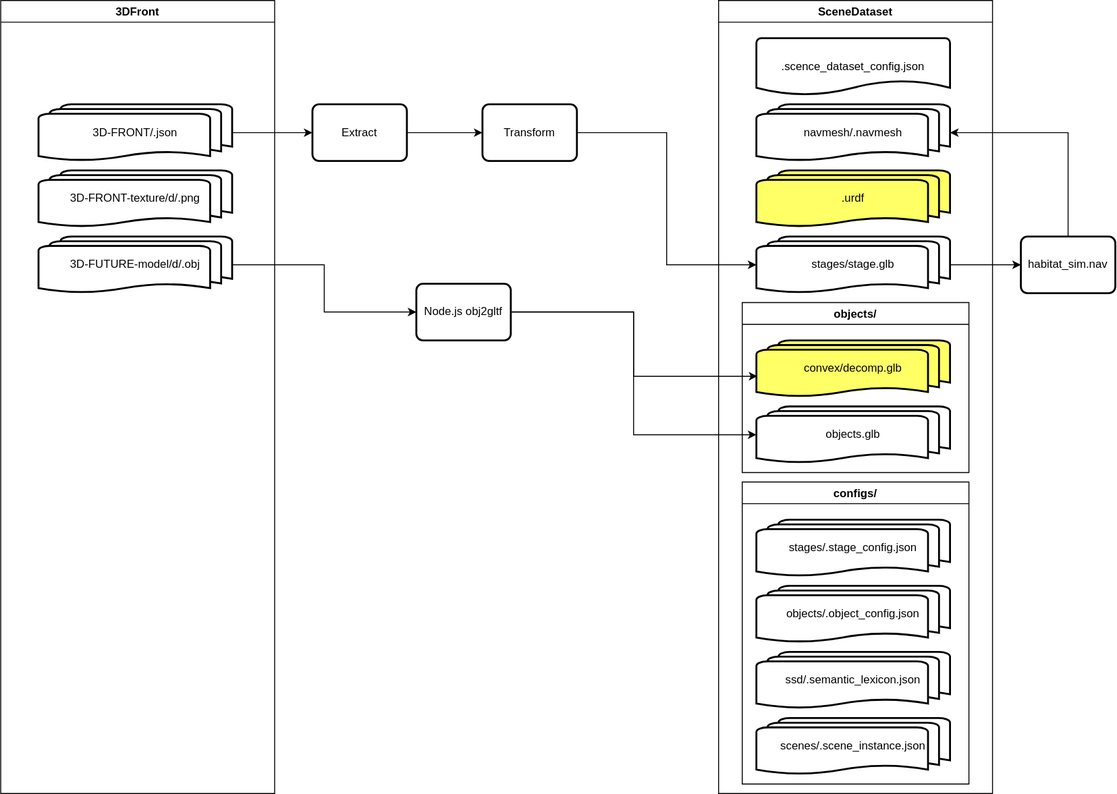
This is 3DFront.drawio.svg from ZacksAmber/habitat-pipeline, a draw.io export, as it was before one commit. Source tidied: cells renumbered, new cells last; positions are measured from the earlier drawing's top-left corner, leaving out a move shared by most shapes.
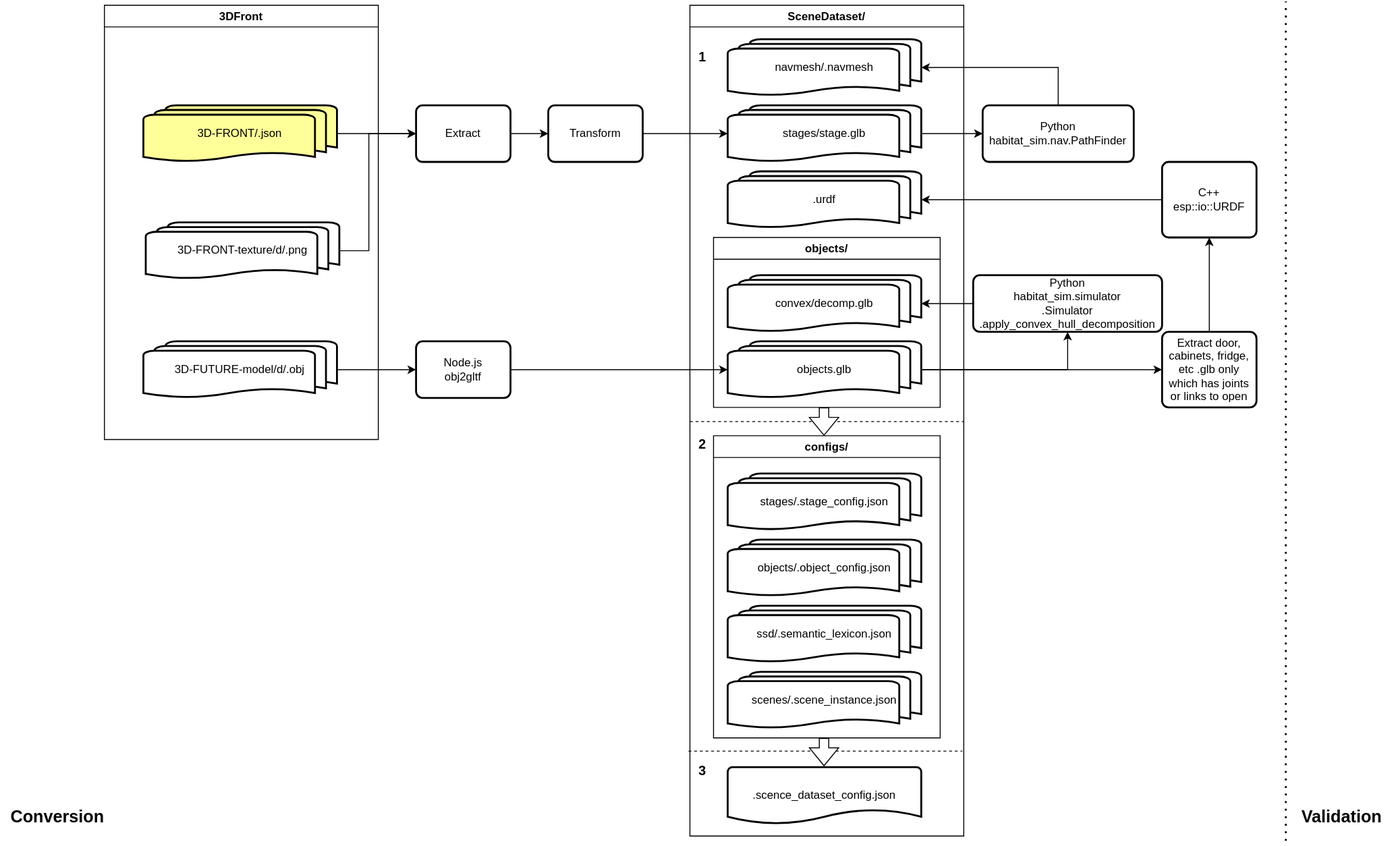
After the commit.

Change to the diagram source:
```diff
@@ -2,14 +2,20 @@
   <root>
     <mxCell id="0" />
     <mxCell id="1" parent="0" />
-    <mxCell id="2" value="SceneDataset" style="swimlane;fillStyle=zigzag-line;" parent="1" vertex="1">
-      <mxGeometry x="760" width="290" height="840" as="geometry" />
+    <mxCell id="2" value="SceneDataset/" style="swimlane;fillStyle=zigzag-line;" parent="1" vertex="1">
+      <mxGeometry x="700" y="-20" width="290" height="880" as="geometry" />
     </mxCell>
-    <mxCell id="3" value=".scence_dataset_config.json" style="strokeWidth=2;html=1;shape=mxgraph.flowchart.document2;whiteSpace=wrap;size=0.25;" parent="2" vertex="1">
-      <mxGeometry x="40" y="40" width="205" height="60" as="geometry" />
-    </mxCell>
+    <mxCell id="31" style="endArrow=none;dashed=1;html=1;rounded=0;" parent="2" edge="1">
+      <mxGeometry relative="1" as="geometry">
+        <mxPoint y="441" as="sourcePoint" />
+        <mxPoint x="290" y="441" as="targetPoint" />
+        <Array as="points">
+          <mxPoint x="140" y="441" />
+        </Array>
+      </mxGeometry>
+    </mxCell>
     <mxCell id="4" value="configs/" style="swimlane;fillStyle=zigzag-line;" parent="2" vertex="1">
-      <mxGeometry x="25" y="510" width="240" height="320" as="geometry" />
+      <mxGeometry x="25" y="456" width="240" height="320" as="geometry" />
     </mxCell>
     <mxCell id="5" value="stages/.stage_config.json" style="strokeWidth=2;html=1;shape=mxgraph.flowchart.multi-document;whiteSpace=wrap;" parent="4" vertex="1">
       <mxGeometry x="15" y="40" width="205" height="60" as="geometry" />
@@ -23,47 +29,80 @@
     <mxCell id="8" value="ssd/.semantic_lexicon.json" style="strokeWidth=2;html=1;shape=mxgraph.flowchart.multi-document;whiteSpace=wrap;" parent="4" vertex="1">
       <mxGeometry x="15" y="180" width="205" height="60" as="geometry" />
     </mxCell>
+    <mxCell id="32" style="shape=flexArrow;endArrow=classic;html=1;rounded=0;fillColor=#FFFFFF;width=10;" parent="4" edge="1">
+      <mxGeometry relative="1" as="geometry">
+        <mxPoint x="117" y="-30" as="sourcePoint" />
+        <mxPoint x="117" as="targetPoint" />
+      </mxGeometry>
+    </mxCell>
     <mxCell id="9" value="objects/" style="swimlane;fillStyle=zigzag-line;" parent="2" vertex="1">
-      <mxGeometry x="25" y="320" width="240" height="180" as="geometry" />
+      <mxGeometry x="25" y="246" width="240" height="180" as="geometry" />
     </mxCell>
     <mxCell id="10" value="objects.glb" style="strokeWidth=2;html=1;shape=mxgraph.flowchart.multi-document;whiteSpace=wrap;" parent="9" vertex="1">
       <mxGeometry x="15" y="110" width="205" height="60" as="geometry" />
     </mxCell>
-    <mxCell id="11" value="convex/decomp.glb" style="strokeWidth=2;html=1;shape=mxgraph.flowchart.multi-document;whiteSpace=wrap;fillColor=#FFFF66;" parent="9" vertex="1">
+    <mxCell id="11" value="convex/decomp.glb" style="strokeWidth=2;html=1;shape=mxgraph.flowchart.multi-document;whiteSpace=wrap;fillColor=#FFFFFF;" parent="9" vertex="1">
       <mxGeometry x="15" y="40" width="205" height="60" as="geometry" />
     </mxCell>
     <mxCell id="12" value="navmesh/.navmesh" style="strokeWidth=2;html=1;shape=mxgraph.flowchart.multi-document;whiteSpace=wrap;" parent="2" vertex="1">
-      <mxGeometry x="40" y="110" width="205" height="60" as="geometry" />
+      <mxGeometry x="40" y="36" width="205" height="60" as="geometry" />
     </mxCell>
-    <mxCell id="13" value=".urdf" style="strokeWidth=2;html=1;shape=mxgraph.flowchart.multi-document;whiteSpace=wrap;fillColor=#FFFF66;" parent="2" vertex="1">
-      <mxGeometry x="40" y="180" width="205" height="60" as="geometry" />
+    <mxCell id="13" value=".urdf" style="strokeWidth=2;html=1;shape=mxgraph.flowchart.multi-document;whiteSpace=wrap;fillColor=#FFFFFF;" parent="2" vertex="1">
+      <mxGeometry x="40" y="176" width="205" height="60" as="geometry" />
     </mxCell>
     <mxCell id="14" value="stages/stage.glb" style="strokeWidth=2;html=1;shape=mxgraph.flowchart.multi-document;whiteSpace=wrap;" parent="2" vertex="1">
-      <mxGeometry x="40" y="250" width="205" height="60" as="geometry" />
+      <mxGeometry x="40" y="106" width="205" height="60" as="geometry" />
     </mxCell>
+    <mxCell id="33" style="endArrow=none;dashed=1;html=1;rounded=0;" parent="2" edge="1">
+      <mxGeometry relative="1" as="geometry">
+        <mxPoint x="-1.5" y="790" as="sourcePoint" />
+        <mxPoint x="288.5" y="790" as="targetPoint" />
+        <Array as="points">
+          <mxPoint x="138.5" y="790" />
+        </Array>
+      </mxGeometry>
+    </mxCell>
+    <mxCell id="34" style="shape=flexArrow;endArrow=classic;html=1;rounded=0;fillColor=#FFFFFF;width=10;" parent="2" edge="1">
+      <mxGeometry relative="1" as="geometry">
+        <mxPoint x="142" y="776" as="sourcePoint" />
+        <mxPoint x="142" y="806" as="targetPoint" />
+      </mxGeometry>
+    </mxCell>
+    <mxCell id="35" value="&lt;h3&gt;1&lt;/h3&gt;" style="text;html=1;align=center;verticalAlign=middle;strokeColor=none;fillColor=none;" parent="2" vertex="1">
+      <mxGeometry x="-2" y="25" width="30" height="60" as="geometry" />
+    </mxCell>
+    <mxCell id="3" value=".scence_dataset_config.json" style="strokeWidth=2;html=1;shape=mxgraph.flowchart.document2;whiteSpace=wrap;size=0.25;" parent="2" vertex="1">
+      <mxGeometry x="40" y="807" width="205" height="60" as="geometry" />
+    </mxCell>
+    <mxCell id="36" value="&lt;h3&gt;2&lt;/h3&gt;" style="text;html=1;align=center;verticalAlign=middle;strokeColor=none;fillColor=none;" parent="2" vertex="1">
+      <mxGeometry x="-2" y="435" width="30" height="60" as="geometry" />
+    </mxCell>
+    <mxCell id="37" value="&lt;h3&gt;3&lt;/h3&gt;" style="text;html=1;align=center;verticalAlign=middle;strokeColor=none;fillColor=none;" parent="2" vertex="1">
+      <mxGeometry x="-2" y="781" width="30" height="60" as="geometry" />
+    </mxCell>
     <mxCell id="15" value="3DFront" style="swimlane;fillStyle=zigzag-line;" parent="1" vertex="1">
-      <mxGeometry width="290" height="840" as="geometry" />
+      <mxGeometry x="80" y="-20" width="290" height="460" as="geometry" />
     </mxCell>
-    <mxCell id="16" value="3D-FRONT/.json" style="strokeWidth=2;html=1;shape=mxgraph.flowchart.multi-document;whiteSpace=wrap;" parent="15" vertex="1">
-      <mxGeometry x="40" y="110" width="205" height="60" as="geometry" />
+    <mxCell id="16" value="3D-FRONT/.json" style="strokeWidth=2;html=1;shape=mxgraph.flowchart.multi-document;whiteSpace=wrap;fillColor=#FFFF99;" parent="15" vertex="1">
+      <mxGeometry x="41.2" y="106" width="205" height="60" as="geometry" />
     </mxCell>
     <mxCell id="17" value="3D-FRONT-texture/d/.png" style="strokeWidth=2;html=1;shape=mxgraph.flowchart.multi-document;whiteSpace=wrap;" parent="15" vertex="1">
-      <mxGeometry x="40" y="180" width="205" height="60" as="geometry" />
+      <mxGeometry x="43.8" y="230" width="205" height="60" as="geometry" />
     </mxCell>
     <mxCell id="18" value="3D-FUTURE-model/d/.obj" style="strokeWidth=2;html=1;shape=mxgraph.flowchart.multi-document;whiteSpace=wrap;" parent="15" vertex="1">
-      <mxGeometry x="40" y="250" width="205" height="60" as="geometry" />
+      <mxGeometry x="41.2" y="356" width="205" height="60" as="geometry" />
     </mxCell>
     <mxCell id="19" style="edgeStyle=orthogonalEdgeStyle;rounded=0;jettySize=auto;html=1;" parent="1" edge="1" source="20" target="22">
       <mxGeometry relative="1" as="geometry" />
     </mxCell>
     <mxCell id="20" value="Extract" style="rounded=1;whiteSpace=wrap;html=1;absoluteArcSize=1;arcSize=14;strokeWidth=2;fillStyle=zigzag-line;" parent="1" vertex="1">
-      <mxGeometry x="330" y="110" width="100" height="60" as="geometry" />
+      <mxGeometry x="410" y="86" width="100" height="60" as="geometry" />
     </mxCell>
     <mxCell id="21" style="edgeStyle=orthogonalEdgeStyle;rounded=0;jettySize=auto;html=1;entryX=0;entryY=0.5;entryDx=0;entryDy=0;entryPerimeter=0;" parent="1" edge="1" source="22" target="14">
       <mxGeometry relative="1" as="geometry" />
     </mxCell>
     <mxCell id="22" value="Transform" style="rounded=1;whiteSpace=wrap;html=1;absoluteArcSize=1;arcSize=14;strokeWidth=2;fillStyle=zigzag-line;" parent="1" vertex="1">
-      <mxGeometry x="510" y="110" width="100" height="60" as="geometry" />
+      <mxGeometry x="550" y="86" width="100" height="60" as="geometry" />
     </mxCell>
     <mxCell id="23" style="edgeStyle=orthogonalEdgeStyle;rounded=0;jettySize=auto;html=1;entryX=0;entryY=0.5;entryDx=0;entryDy=0;" parent="1" edge="1" source="16" target="20">
       <mxGeometry relative="1" as="geometry" />
@@ -71,11 +110,8 @@
     <mxCell id="24" style="edgeStyle=orthogonalEdgeStyle;rounded=0;jettySize=auto;html=1;entryX=0;entryY=0.5;entryDx=0;entryDy=0;entryPerimeter=0;" parent="1" edge="1" source="26" target="10">
       <mxGeometry relative="1" as="geometry" />
     </mxCell>
-    <mxCell id="25" style="edgeStyle=orthogonalEdgeStyle;rounded=0;jettySize=auto;html=1;entryX=0.005;entryY=0.633;entryDx=0;entryDy=0;entryPerimeter=0;" parent="1" edge="1" source="26" target="11">
-      <mxGeometry relative="1" as="geometry" />
-    </mxCell>
-    <mxCell id="26" value="Node.js obj2gltf" style="rounded=1;whiteSpace=wrap;html=1;absoluteArcSize=1;arcSize=14;strokeWidth=2;fillStyle=zigzag-line;" parent="1" vertex="1">
-      <mxGeometry x="440" y="300" width="100" height="60" as="geometry" />
+    <mxCell id="26" value="Node.js&lt;br&gt;&lt;a href=&quot;https://github.com/CesiumGS/obj2gltf&quot;&gt;obj2gltf&lt;/a&gt;" style="rounded=1;whiteSpace=wrap;html=1;absoluteArcSize=1;arcSize=14;strokeWidth=2;fillStyle=zigzag-line;" parent="1" vertex="1">
+      <mxGeometry x="410" y="336" width="100" height="60" as="geometry" />
     </mxCell>
     <mxCell id="27" style="edgeStyle=orthogonalEdgeStyle;rounded=0;jettySize=auto;html=1;entryX=0;entryY=0.5;entryDx=0;entryDy=0;" parent="1" edge="1" source="18" target="26">
       <mxGeometry relative="1" as="geometry" />
@@ -83,11 +119,55 @@
     <mxCell id="28" style="edgeStyle=orthogonalEdgeStyle;rounded=0;jettySize=auto;html=1;exitX=0.5;exitY=0;exitDx=0;exitDy=0;entryX=1;entryY=0.5;entryDx=0;entryDy=0;entryPerimeter=0;" parent="1" edge="1" source="29" target="12">
       <mxGeometry relative="1" as="geometry" />
     </mxCell>
-    <mxCell id="29" value="habitat_sim.nav" style="rounded=1;whiteSpace=wrap;html=1;absoluteArcSize=1;arcSize=14;strokeWidth=2;fillStyle=zigzag-line;" parent="1" vertex="1">
-      <mxGeometry x="1080" y="250" width="100" height="60" as="geometry" />
+    <mxCell id="29" value="Python&lt;br&gt;&lt;a href=&quot;https://aihabitat.org/docs/habitat-sim/habitat_sim.nav.html&quot;&gt;habitat_sim.nav.PathFinder&lt;/a&gt;" style="rounded=1;whiteSpace=wrap;html=1;absoluteArcSize=1;arcSize=14;strokeWidth=2;fillStyle=zigzag-line;" parent="1" vertex="1">
+      <mxGeometry x="1010" y="86" width="160" height="60" as="geometry" />
     </mxCell>
     <mxCell id="30" style="edgeStyle=orthogonalEdgeStyle;rounded=0;jettySize=auto;html=1;exitX=1;exitY=0.5;exitDx=0;exitDy=0;exitPerimeter=0;entryX=0;entryY=0.5;entryDx=0;entryDy=0;" parent="1" edge="1" source="14" target="29">
       <mxGeometry relative="1" as="geometry" />
     </mxCell>
+    <mxCell id="38" style="edgeStyle=orthogonalEdgeStyle;rounded=0;jettySize=auto;html=1;" parent="1" edge="1" source="39" target="42">
+      <mxGeometry relative="1" as="geometry" />
+    </mxCell>
+    <mxCell id="39" value="Extract door, cabinets, fridge, etc .glb only which has joints or links to open" style="rounded=1;whiteSpace=wrap;html=1;absoluteArcSize=1;arcSize=14;strokeWidth=2;fillStyle=zigzag-line;" parent="1" vertex="1">
+      <mxGeometry x="1200" y="326" width="100" height="80" as="geometry" />
+    </mxCell>
+    <mxCell id="40" style="edgeStyle=orthogonalEdgeStyle;rounded=0;jettySize=auto;html=1;exitX=1;exitY=0.5;exitDx=0;exitDy=0;exitPerimeter=0;entryX=0;entryY=0.5;entryDx=0;entryDy=0;" parent="1" edge="1" source="10" target="39">
+      <mxGeometry relative="1" as="geometry" />
+    </mxCell>
+    <mxCell id="41" style="edgeStyle=orthogonalEdgeStyle;rounded=0;jettySize=auto;html=1;entryX=1;entryY=0.5;entryDx=0;entryDy=0;entryPerimeter=0;" parent="1" edge="1" source="42" target="13">
+      <mxGeometry relative="1" as="geometry" />
+    </mxCell>
+    <mxCell id="42" value="C++&lt;br&gt;&lt;a href=&quot;https://aihabitat.org/docs/habitat-sim/classesp_1_1io_1_1URDF_1_1Model.html&quot;&gt;esp::io::URDF&lt;/a&gt;" style="rounded=1;whiteSpace=wrap;html=1;absoluteArcSize=1;arcSize=14;strokeWidth=2;fillStyle=zigzag-line;" parent="1" vertex="1">
+      <mxGeometry x="1200" y="146" width="100" height="80" as="geometry" />
+    </mxCell>
+    <mxCell id="43" style="edgeStyle=orthogonalEdgeStyle;rounded=0;jettySize=auto;html=1;entryX=1;entryY=0.5;entryDx=0;entryDy=0;entryPerimeter=0;" parent="1" edge="1" source="44" target="11">
+      <mxGeometry relative="1" as="geometry" />
+    </mxCell>
+    <mxCell id="44" value="Python&lt;br&gt;&lt;a href=&quot;https://aihabitat.org/docs/habitat-sim/habitat_sim.simulator.Simulator.html#apply_convex_hull_decomposition&quot;&gt;habitat_sim.simulator&lt;br&gt;.Simulator&lt;br&gt;.apply_convex_hull_decomposition&lt;/a&gt;" style="rounded=1;whiteSpace=wrap;html=1;absoluteArcSize=1;arcSize=14;strokeWidth=2;fillStyle=zigzag-line;" parent="1" vertex="1">
+      <mxGeometry x="1000" y="266" width="200" height="60" as="geometry" />
+    </mxCell>
+    <mxCell id="45" style="edgeStyle=orthogonalEdgeStyle;rounded=0;jettySize=auto;html=1;entryX=0.5;entryY=1;entryDx=0;entryDy=0;" parent="1" edge="1" source="10" target="44">
+      <mxGeometry relative="1" as="geometry" />
+    </mxCell>
+    <mxCell id="46" style="edgeStyle=orthogonalEdgeStyle;rounded=0;jettySize=auto;html=1;entryX=0;entryY=0.5;entryDx=0;entryDy=0;fillColor=#FF6666;" parent="1" edge="1" source="17" target="20">
+      <mxGeometry relative="1" as="geometry">
+        <Array as="points">
+          <mxPoint x="360" y="240" />
+          <mxPoint x="360" y="116" />
+        </Array>
+      </mxGeometry>
+    </mxCell>
+    <mxCell id="47" style="endArrow=none;dashed=1;html=1;dashPattern=1 3;strokeWidth=2;rounded=0;fillColor=#FFFFFF;" parent="1" edge="1">
+      <mxGeometry relative="1" as="geometry">
+        <mxPoint x="1331" y="865" as="sourcePoint" />
+        <mxPoint x="1331" y="-24" as="targetPoint" />
+      </mxGeometry>
+    </mxCell>
+    <mxCell id="48" value="&lt;h2&gt;Conversion&lt;/h2&gt;" style="text;html=1;align=center;verticalAlign=middle;strokeColor=none;fillColor=none;" parent="1" vertex="1">
+      <mxGeometry x="-30" y="810" width="120" height="60" as="geometry" />
+    </mxCell>
+    <mxCell id="49" value="&lt;h2&gt;Validation&lt;/h2&gt;" style="text;html=1;align=center;verticalAlign=middle;strokeColor=none;fillColor=none;" parent="1" vertex="1">
+      <mxGeometry x="1335" y="810" width="110" height="60" as="geometry" />
+    </mxCell>
   </root>
 </mxGraphModel>
```
